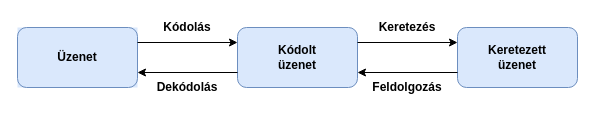
AdamStork/dipterv keeps this draw.io diagram as drawIO/communication.drawio. Above is the earlier version. Source tidied: cells renumbered, new cells numbered last; positions are measured from the earlier drawing's top-left corner, leaving out a move shared by most shapes. Both pictures are drawn from the tidied source at 100%, with x=0, y=0 at pixel (17, 17).
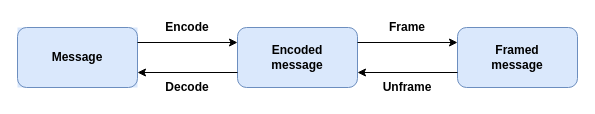
Above is the later version.

Commit message (it also covers changes not shown here):
byte stuffing and communication drawIO updated.

What changed in the source:
```diff
@@
 <mxGraphModel>
   <root>
     <mxCell id="0" />
     <mxCell id="1" parent="0" />
     <mxCell id="2" style="group;fillColor=#dae8fc;strokeColor=none;" parent="1" vertex="1">
       <mxGeometry y="10" width="120" height="60" as="geometry" />
     </mxCell>
     <mxCell id="3" style="rounded=1;whiteSpace=wrap;html=1;fillColor=#dae8fc;strokeColor=#6c8ebf;" parent="2" vertex="1">
       <mxGeometry width="120" height="60" as="geometry" />
     </mxCell>
-    <mxCell id="4" value="&lt;b&gt;Üzenet&lt;/b&gt;" style="text;html=1;strokeColor=none;fillColor=none;align=center;verticalAlign=middle;whiteSpace=wrap;rounded=0;" parent="2" vertex="1">
+    <mxCell id="4" value="&lt;b&gt;Message&lt;/b&gt;" style="text;html=1;strokeColor=none;fillColor=none;align=center;verticalAlign=middle;whiteSpace=wrap;rounded=0;" parent="2" vertex="1">
       <mxGeometry x="40" y="20" width="40" height="20" as="geometry" />
     </mxCell>
     <mxCell id="5" style="group;" parent="1" vertex="1">
       <mxGeometry x="220" y="10" width="120" height="60" as="geometry" />
     </mxCell>
     <mxCell id="6" style="rounded=1;whiteSpace=wrap;html=1;fillColor=#dae8fc;strokeColor=#6c8ebf;" parent="5" vertex="1">
       <mxGeometry width="120" height="60" as="geometry" />
     </mxCell>
-    <mxCell id="7" value="&lt;b&gt;Kódolt üzenet&lt;/b&gt;" style="text;html=1;strokeColor=none;fillColor=none;align=center;verticalAlign=middle;whiteSpace=wrap;rounded=0;" parent="5" vertex="1">
+    <mxCell id="7" value="&lt;b&gt;Encoded message&lt;/b&gt;" style="text;html=1;strokeColor=none;fillColor=none;align=center;verticalAlign=middle;whiteSpace=wrap;rounded=0;" parent="5" vertex="1">
       <mxGeometry x="40" y="20" width="40" height="20" as="geometry" />
     </mxCell>
     <mxCell id="8" style="group;" parent="1" vertex="1">
       <mxGeometry x="440" y="10" width="120" height="60" as="geometry" />
     </mxCell>
     <mxCell id="9" style="rounded=1;whiteSpace=wrap;html=1;fillColor=#dae8fc;strokeColor=#6c8ebf;" parent="8" vertex="1">
       <mxGeometry width="120" height="60" as="geometry" />
     </mxCell>
-    <mxCell id="10" value="&lt;b&gt;Keretezett üzenet&lt;/b&gt;" style="text;html=1;strokeColor=none;fillColor=none;align=center;verticalAlign=middle;whiteSpace=wrap;rounded=0;" parent="8" vertex="1">
+    <mxCell id="10" value="&lt;b&gt;Framed message&lt;/b&gt;" style="text;html=1;strokeColor=none;fillColor=none;align=center;verticalAlign=middle;whiteSpace=wrap;rounded=0;" parent="8" vertex="1">
       <mxGeometry x="40" y="20" width="40" height="20" as="geometry" />
     </mxCell>
     <mxCell id="11" style="edgeStyle=orthogonalEdgeStyle;rounded=0;jettySize=auto;html=1;exitX=1;exitY=0.25;exitDx=0;exitDy=0;entryX=0;entryY=0.25;entryDx=0;entryDy=0;" parent="1" edge="1" source="3" target="6">
       <mxGeometry relative="1" as="geometry" />
     </mxCell>
-    <mxCell id="12" value="&lt;b&gt;Kódolás&lt;/b&gt;" style="text;html=1;strokeColor=none;fillColor=none;align=center;verticalAlign=middle;whiteSpace=wrap;rounded=0;" parent="1" vertex="1">
+    <mxCell id="12" value="&lt;b&gt;Encode&lt;/b&gt;" style="text;html=1;strokeColor=none;fillColor=none;align=center;verticalAlign=middle;whiteSpace=wrap;rounded=0;" parent="1" vertex="1">
       <mxGeometry x="150" width="40" height="20" as="geometry" />
     </mxCell>
     <mxCell id="13" style="edgeStyle=orthogonalEdgeStyle;rounded=0;jettySize=auto;html=1;exitX=0;exitY=0.75;exitDx=0;exitDy=0;entryX=1;entryY=0.75;entryDx=0;entryDy=0;" parent="1" edge="1" source="6" target="3">
       <mxGeometry relative="1" as="geometry" />
     </mxCell>
-    <mxCell id="14" value="&lt;b&gt;Dekódolás&lt;/b&gt;" style="text;html=1;strokeColor=none;fillColor=none;align=center;verticalAlign=middle;whiteSpace=wrap;rounded=0;" parent="1" vertex="1">
+    <mxCell id="14" value="&lt;b&gt;Decode&lt;/b&gt;" style="text;html=1;strokeColor=none;fillColor=none;align=center;verticalAlign=middle;whiteSpace=wrap;rounded=0;" parent="1" vertex="1">
       <mxGeometry x="150" y="60" width="40" height="20" as="geometry" />
     </mxCell>
     <mxCell id="15" style="edgeStyle=orthogonalEdgeStyle;rounded=0;jettySize=auto;html=1;exitX=1;exitY=0.25;exitDx=0;exitDy=0;entryX=0;entryY=0.25;entryDx=0;entryDy=0;" parent="1" edge="1" source="6" target="9">
       <mxGeometry relative="1" as="geometry" />
     </mxCell>
-    <mxCell id="16" value="&lt;b&gt;Keretezés&lt;/b&gt;" style="text;html=1;strokeColor=none;fillColor=none;align=center;verticalAlign=middle;whiteSpace=wrap;rounded=0;" parent="1" vertex="1">
+    <mxCell id="16" value="&lt;b&gt;Frame&lt;/b&gt;" style="text;html=1;strokeColor=none;fillColor=none;align=center;verticalAlign=middle;whiteSpace=wrap;rounded=0;" parent="1" vertex="1">
       <mxGeometry x="370" width="40" height="20" as="geometry" />
     </mxCell>
     <mxCell id="17" style="edgeStyle=orthogonalEdgeStyle;rounded=0;jettySize=auto;html=1;exitX=0;exitY=0.75;exitDx=0;exitDy=0;entryX=1;entryY=0.75;entryDx=0;entryDy=0;" parent="1" edge="1" source="9" target="6">
       <mxGeometry relative="1" as="geometry" />
     </mxCell>
-    <mxCell id="18" value="&lt;b&gt;Feldolgozás&lt;/b&gt;" style="text;html=1;strokeColor=none;fillColor=none;align=center;verticalAlign=middle;whiteSpace=wrap;rounded=0;" parent="1" vertex="1">
+    <mxCell id="18" value="&lt;b&gt;Unframe&lt;/b&gt;" style="text;html=1;strokeColor=none;fillColor=none;align=center;verticalAlign=middle;whiteSpace=wrap;rounded=0;" parent="1" vertex="1">
       <mxGeometry x="370" y="60" width="40" height="20" as="geometry" />
     </mxCell>
   </root>
 </mxGraphModel>
```
